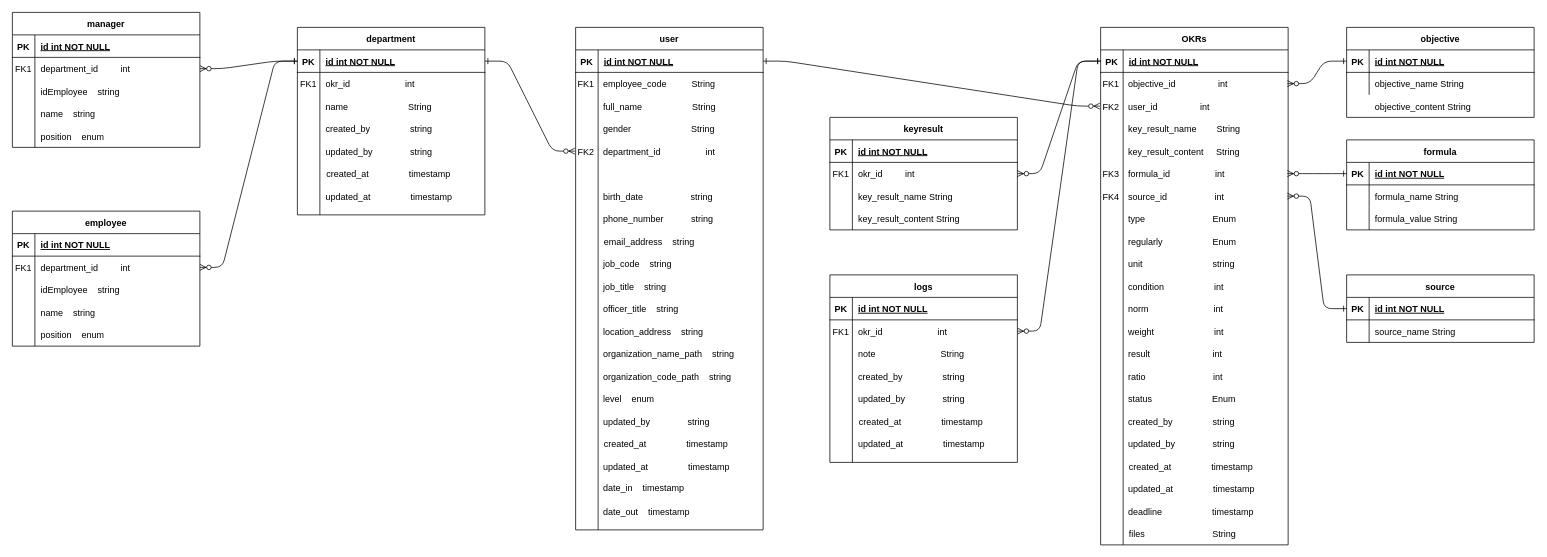
Giangphhe228/employeeManage keeps this draw.io diagram as Biểu đồ không có tiêu đề.drawio. Above is the earlier version. Source tidied: cells renumbered, new cells numbered last; positions are measured from the earlier drawing's top-left corner, leaving out a move shared by most shapes. Both pictures are drawn from the tidied source at 75%, with x=0, y=0 at pixel (12, 12).
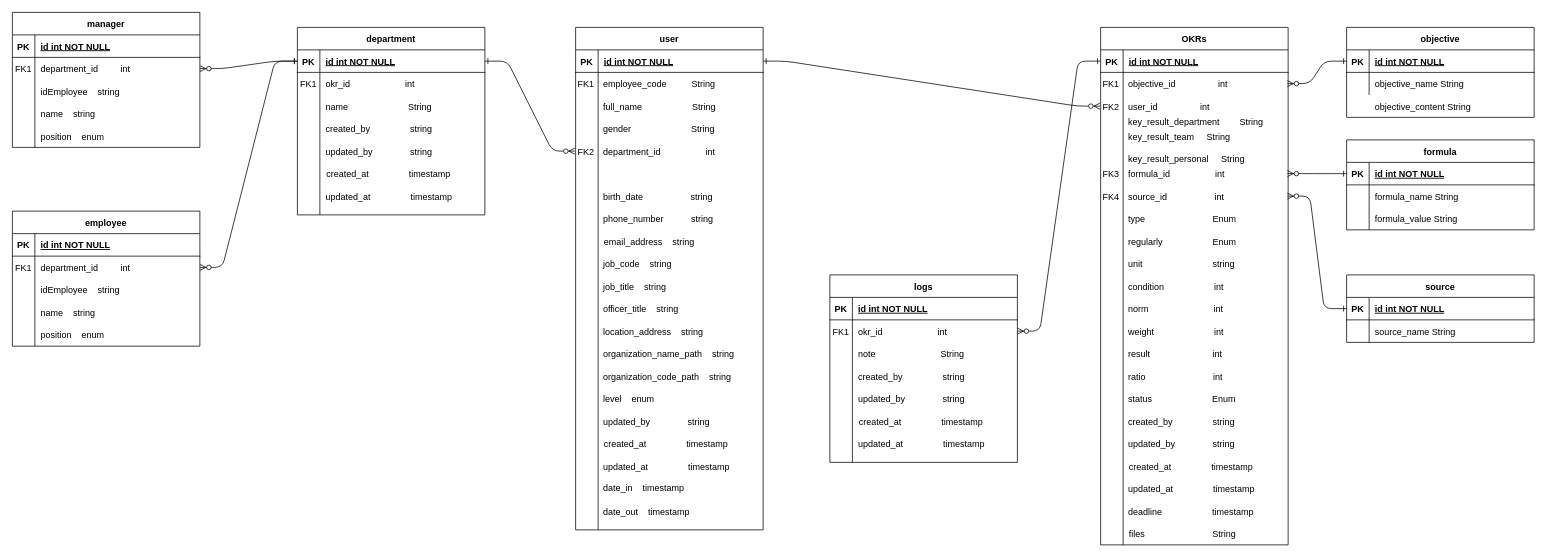
The same page after the edit.

Commit message:
Cập nhật Biểu đồ không có tiêu đề.drawio

The change refers to these unchanged cells:
```xml
<mxCell id="10" style="shape=partialRectangle;fillColor=none;points=[[0,0.5],[1,0.5]];portConstraint=eastwest;top=0;left=0;right=0;bottom=1;" parent="9" vertex="1">
  <mxGeometry y="30" width="250" height="30" as="geometry" />
</mxCell>
```

Diff of the diagram source:
```diff
@@
     <mxCell id="33" style="shape=partialRectangle;fillColor=none;top=0;left=0;right=0;bottom=0;" parent="1" vertex="1">
-      <mxGeometry x="1450" y="140" width="250" height="30" as="geometry" />
+      <mxGeometry x="1450" y="130" width="250" height="30" as="geometry" />
     </mxCell>
@@
-    <mxCell id="35" value="key_result_name        String" style="shape=partialRectangle;overflow=hidden;fillColor=none;top=0;left=0;bottom=0;right=0;align=left;spacingLeft=6;" parent="33" vertex="1">
+    <mxCell id="35" value="key_result_department        String" style="shape=partialRectangle;overflow=hidden;fillColor=none;top=0;left=0;bottom=0;right=0;align=left;spacingLeft=6;" parent="33" vertex="1">
       <mxGeometry x="30" width="220" height="30" as="geometry" />
     </mxCell>
     <mxCell id="36" style="shape=partialRectangle;fillColor=none;top=0;left=0;right=0;bottom=0;" parent="1" vertex="1">
-      <mxGeometry x="1450" y="170" width="250" height="30" as="geometry" />
+      <mxGeometry x="1450" y="150" width="250" height="30" as="geometry" />
     </mxCell>
@@
-    <mxCell id="38" value="key_result_content     String" style="shape=partialRectangle;overflow=hidden;fillColor=none;top=0;left=0;bottom=0;right=0;align=left;spacingLeft=6;" parent="36" vertex="1">
+    <mxCell id="38" value="key_result_team     String" style="shape=partialRectangle;overflow=hidden;fillColor=none;top=0;left=0;bottom=0;right=0;align=left;spacingLeft=6;" parent="36" vertex="1">
       <mxGeometry x="30" width="220" height="30" as="geometry" />
     </mxCell>
@@
-    <mxCell id="85" value="keyresult" style="shape=table;startSize=30;childLayout=tableLayout;rowLines=0;fontStyle=1;align=center;" parent="1" vertex="1">
-      <mxGeometry x="1090" y="140" width="250" height="150" as="geometry" />
-    </mxCell>
-    <mxCell id="86" style="shape=partialRectangle;fillColor=none;top=0;left=0;right=0;bottom=1;" parent="85" vertex="1">
-      <mxGeometry y="30" width="250" height="30" as="geometry" />
-    </mxCell>
-    <mxCell id="87" value="PK" style="shape=partialRectangle;overflow=hidden;fillColor=none;top=0;left=0;bottom=0;right=0;fontStyle=1;" parent="86" vertex="1">
-      <mxGeometry width="30" height="30" as="geometry" />
-    </mxCell>
-    <mxCell id="88" value="id int NOT NULL " style="shape=partialRectangle;overflow=hidden;fillColor=none;top=0;left=0;bottom=0;right=0;align=left;spacingLeft=6;fontStyle=5;" parent="86" vertex="1">
-      <mxGeometry x="30" width="220" height="30" as="geometry" />
-    </mxCell>
-    <mxCell id="89" style="shape=partialRectangle;fillColor=none;top=0;left=0;right=0;bottom=0;" parent="85" vertex="1">
-      <mxGeometry y="60" width="250" height="90" as="geometry" />
-    </mxCell>
-    <mxCell id="90" style="shape=partialRectangle;overflow=hidden;fillColor=none;top=0;left=0;bottom=0;right=0;" parent="89" vertex="1">
-      <mxGeometry width="30" height="90" as="geometry" />
-    </mxCell>
-    <mxCell id="91" style="shape=partialRectangle;overflow=hidden;fillColor=none;top=0;left=0;bottom=0;right=0;align=left;spacingLeft=6;" parent="89" vertex="1">
-      <mxGeometry x="30" width="220" height="90" as="geometry" />
-    </mxCell>
@@
-    <mxCell id="99" value="key_result_name String" style="shape=partialRectangle;overflow=hidden;fillColor=none;top=0;left=0;bottom=0;right=0;align=left;spacingLeft=6;" parent="1" vertex="1">
-      <mxGeometry x="1120" y="230" width="220" height="30" as="geometry" />
-    </mxCell>
-    <mxCell id="100" value="key_result_content String" style="shape=partialRectangle;overflow=hidden;fillColor=none;top=0;left=0;bottom=0;right=0;align=left;spacingLeft=6;" parent="1" vertex="1">
-      <mxGeometry x="1120" y="260" width="220" height="30" as="geometry" />
-    </mxCell>
-    <mxCell id="101" style="shape=partialRectangle;fillColor=none;points=[[0,0.5],[1,0.5]];portConstraint=eastwest;top=0;left=0;right=0;bottom=0;" parent="1" vertex="1">
-      <mxGeometry x="1090" y="200" width="250" height="30" as="geometry" />
-    </mxCell>
-    <mxCell id="102" value="FK1" style="shape=partialRectangle;overflow=hidden;fillColor=none;top=0;left=0;bottom=0;right=0;" parent="101" vertex="1">
-      <mxGeometry width="30" height="30" as="geometry" />
-    </mxCell>
-    <mxCell id="103" value="okr_id         int" style="shape=partialRectangle;overflow=hidden;fillColor=none;top=0;left=0;bottom=0;right=0;align=left;spacingLeft=6;" parent="101" vertex="1">
-      <mxGeometry x="30" width="220" height="30" as="geometry" />
-    </mxCell>
-    <mxCell id="104" style="edgeStyle=entityRelationEdgeStyle;endArrow=ERzeroToMany;startArrow=ERone;endFill=1;startFill=0;entryX=1;entryY=0.5;entryDx=0;entryDy=0;exitX=0;exitY=0.5;exitDx=0;exitDy=0;" parent="1" edge="1" source="10" target="101">
-      <mxGeometry relative="1" as="geometry">
-        <Array as="points">
-          <mxPoint x="1710" y="110" />
-          <mxPoint x="1740" y="100" />
-        </Array>
-      </mxGeometry>
-    </mxCell>
@@
+    <mxCell id="233" value="key_result_personal     String" style="shape=partialRectangle;overflow=hidden;fillColor=none;top=0;left=0;bottom=0;right=0;align=left;spacingLeft=6;" parent="1" vertex="1">
+      <mxGeometry x="1480" y="180" width="220" height="30" as="geometry" />
+    </mxCell>
```
